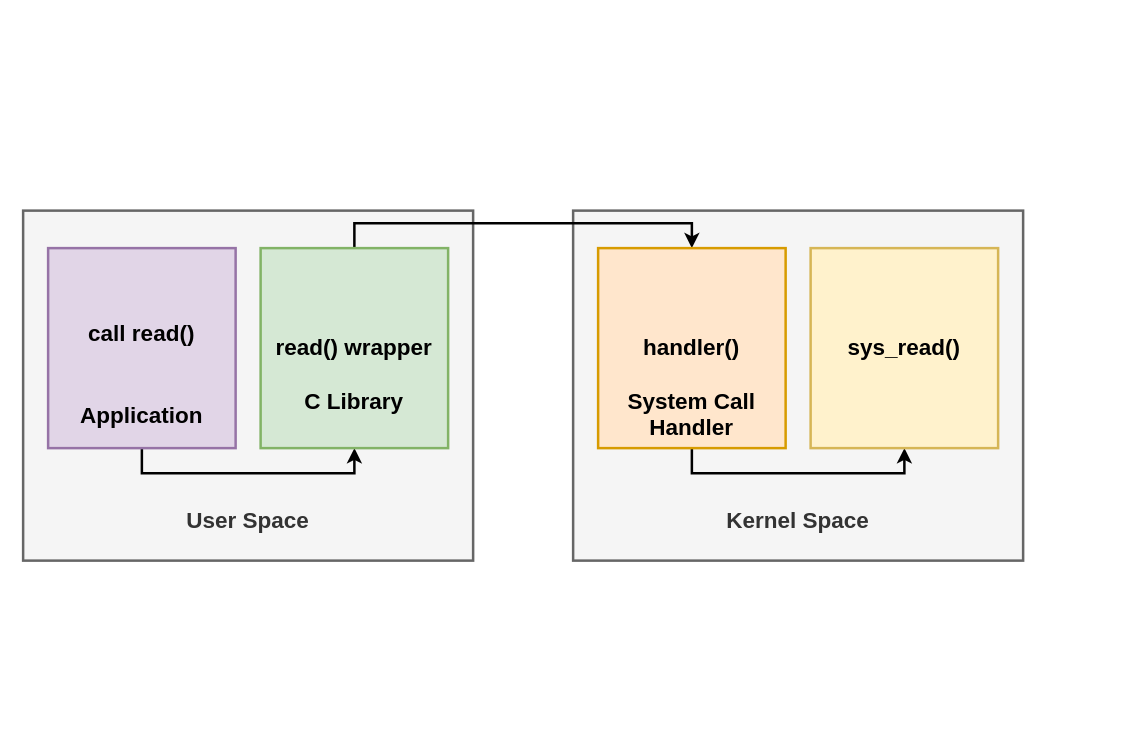
Earlier version of the draw.io diagram static/img/slides03-system-call-trap.drawio (nd-cse-30341-fa26/nd-cse-30341-fa26.github.io). Source tidied: cells renumbered, new cells numbered last; positions are measured from the earlier drawing's top-left corner, leaving out a move shared by most shapes. Both pictures are drawn from the tidied source at 125%, with x=0, y=0 at pixel (22, 210).
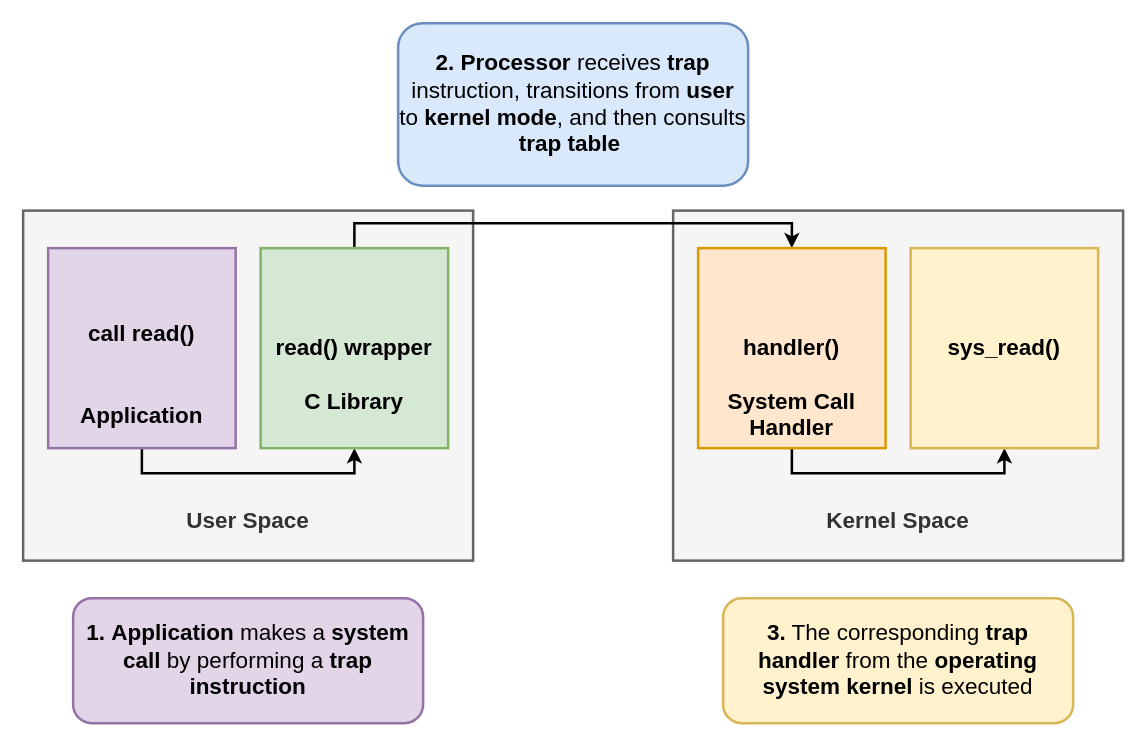
Above is the later version.

Commit message (it also covers changes not shown here):
Slides 03: update diagram

Diff of the diagram source:
```diff
@@
 <mxGraphModel>
   <root>
     <mxCell id="0" />
     <mxCell id="1" parent="0" />
     <mxCell id="2" value="&lt;div&gt;&lt;br&gt;&lt;/div&gt;&lt;div&gt;&lt;br&gt;&lt;/div&gt;&lt;div&gt;&lt;br&gt;&lt;/div&gt;&lt;div&gt;&lt;br&gt;&lt;/div&gt;&lt;div&gt;&lt;br&gt;&lt;/div&gt;&lt;div&gt;&lt;br&gt;&lt;/div&gt;&lt;div&gt;&lt;br&gt;&lt;/div&gt;&lt;div&gt;&lt;br&gt;&lt;/div&gt;&lt;div&gt;&lt;br&gt;&lt;/div&gt;&lt;div&gt;&lt;br&gt;&lt;/div&gt;&lt;div&gt;&lt;br&gt;&lt;/div&gt;&lt;div&gt;&lt;br&gt;&lt;/div&gt;&lt;div&gt;&lt;br&gt;&lt;/div&gt;&lt;div&gt;&lt;br&gt;&lt;/div&gt;&lt;div&gt;&lt;br&gt;&lt;/div&gt;&lt;font face=&quot;JetBrains Mono&quot; style=&quot;font-size: 18px;&quot;&gt;&lt;b&gt;User Space&lt;/b&gt;&lt;/font&gt;" style="whiteSpace=wrap;html=1;fillColor=#f5f5f5;strokeColor=#666666;strokeWidth=2;fontColor=#333333;" parent="1" vertex="1">
       <mxGeometry width="360" height="280" as="geometry" />
     </mxCell>
     <mxCell id="3" value="&lt;div&gt;&lt;br&gt;&lt;/div&gt;&lt;div&gt;&lt;br&gt;&lt;/div&gt;&lt;div&gt;&lt;br&gt;&lt;/div&gt;&lt;div&gt;&lt;br&gt;&lt;/div&gt;&lt;div&gt;&lt;br&gt;&lt;/div&gt;&lt;div&gt;&lt;br&gt;&lt;/div&gt;&lt;div&gt;&lt;br&gt;&lt;/div&gt;&lt;div&gt;&lt;br&gt;&lt;/div&gt;&lt;div&gt;&lt;br&gt;&lt;/div&gt;&lt;div&gt;&lt;br&gt;&lt;/div&gt;&lt;div&gt;&lt;br&gt;&lt;/div&gt;&lt;div&gt;&lt;br&gt;&lt;/div&gt;&lt;div&gt;&lt;br&gt;&lt;/div&gt;&lt;div&gt;&lt;br&gt;&lt;/div&gt;&lt;div&gt;&lt;br&gt;&lt;/div&gt;&lt;font face=&quot;JetBrains Mono&quot; style=&quot;font-size: 18px;&quot;&gt;&lt;b&gt;Kernel Space&lt;/b&gt;&lt;/font&gt;" style="whiteSpace=wrap;html=1;fillColor=#f5f5f5;strokeColor=#666666;strokeWidth=2;fontColor=#333333;" parent="1" vertex="1">
-      <mxGeometry x="440" width="360" height="280" as="geometry" />
+      <mxGeometry x="520" width="360" height="280" as="geometry" />
     </mxCell>
     <mxCell id="4" style="edgeStyle=orthogonalEdgeStyle;rounded=0;jettySize=auto;html=1;exitX=0.5;exitY=1;exitDx=0;exitDy=0;entryX=0.5;entryY=1;entryDx=0;entryDy=0;strokeWidth=2;" parent="1" edge="1" source="5" target="7">
       <mxGeometry relative="1" as="geometry" />
     </mxCell>
     <mxCell id="5" value="&lt;div&gt;&lt;font face=&quot;JetBrains Mono&quot; style=&quot;font-size: 18px;&quot;&gt;&lt;b&gt;&lt;br&gt;&lt;/b&gt;&lt;/font&gt;&lt;/div&gt;&lt;font face=&quot;JetBrains Mono&quot; style=&quot;font-size: 18px;&quot;&gt;&lt;b&gt;&lt;div&gt;&lt;font face=&quot;JetBrains Mono&quot; style=&quot;font-size: 18px;&quot;&gt;&lt;br&gt;&lt;/font&gt;&lt;/div&gt;&lt;div&gt;call read()&lt;br&gt;&lt;br&gt;&lt;/div&gt;&lt;div&gt;&lt;font face=&quot;JetBrains Mono&quot; style=&quot;font-size: 18px;&quot;&gt;&lt;br&gt;&lt;/font&gt;&lt;/div&gt;Application&lt;/b&gt;&lt;/font&gt;" style="rounded=0;whiteSpace=wrap;html=1;fillColor=#e1d5e7;strokeColor=#9673a6;strokeWidth=2;" parent="1" vertex="1">
       <mxGeometry x="20" y="30" width="150" height="160" as="geometry" />
     </mxCell>
     <mxCell id="6" style="edgeStyle=orthogonalEdgeStyle;rounded=0;jettySize=auto;html=1;exitX=0.5;exitY=0;exitDx=0;exitDy=0;entryX=0.5;entryY=0;entryDx=0;entryDy=0;strokeWidth=2;" parent="1" edge="1" source="7" target="9">
       <mxGeometry relative="1" as="geometry" />
     </mxCell>
     <mxCell id="7" value="&lt;div&gt;&lt;font style=&quot;font-size: 18px;&quot; face=&quot;JetBrains Mono&quot;&gt;&lt;b style=&quot;&quot;&gt;&lt;br&gt;&lt;/b&gt;&lt;/font&gt;&lt;/div&gt;&lt;font style=&quot;font-size: 18px;&quot; face=&quot;JetBrains Mono&quot;&gt;&lt;b&gt;&lt;div&gt;&lt;font style=&quot;&quot;&gt;&lt;b&gt;&lt;br&gt;&lt;/b&gt;&lt;/font&gt;&lt;/div&gt;read() wrapper&lt;/b&gt;&lt;/font&gt;&lt;div&gt;&lt;font face=&quot;JetBrains Mono&quot; style=&quot;font-size: 18px;&quot;&gt;&lt;br&gt;&lt;/font&gt;&lt;/div&gt;&lt;div&gt;&lt;font style=&quot;font-size: 18px;&quot; face=&quot;JetBrains Mono&quot;&gt;&lt;b style=&quot;&quot;&gt;C Library&lt;/b&gt;&lt;/font&gt;&lt;/div&gt;" style="rounded=0;whiteSpace=wrap;html=1;fillColor=#d5e8d4;strokeColor=#82b366;strokeWidth=2;" parent="1" vertex="1">
       <mxGeometry x="190" y="30" width="150" height="160" as="geometry" />
     </mxCell>
     <mxCell id="8" style="edgeStyle=orthogonalEdgeStyle;rounded=0;jettySize=auto;html=1;exitX=0.5;exitY=1;exitDx=0;exitDy=0;entryX=0.5;entryY=1;entryDx=0;entryDy=0;strokeWidth=2;" parent="1" edge="1" source="9" target="10">
       <mxGeometry relative="1" as="geometry" />
     </mxCell>
     <mxCell id="9" value="&lt;div&gt;&lt;font face=&quot;JetBrains Mono&quot; style=&quot;font-size: 18px;&quot;&gt;&lt;b&gt;&lt;br&gt;&lt;/b&gt;&lt;/font&gt;&lt;/div&gt;&lt;font face=&quot;JetBrains Mono&quot; style=&quot;font-size: 18px;&quot;&gt;&lt;b&gt;&lt;div&gt;&lt;font face=&quot;JetBrains Mono&quot; style=&quot;font-size: 18px;&quot;&gt;&lt;br&gt;&lt;/font&gt;&lt;/div&gt;&lt;div&gt;&lt;font face=&quot;JetBrains Mono&quot; style=&quot;font-size: 18px;&quot;&gt;&lt;br&gt;&lt;/font&gt;&lt;/div&gt;&lt;div&gt;handler()&lt;br&gt;&lt;/div&gt;&lt;div&gt;&lt;br&gt;&lt;/div&gt;System Call Handler&lt;/b&gt;&lt;/font&gt;" style="rounded=0;whiteSpace=wrap;html=1;fillColor=#ffe6cc;strokeColor=#d79b00;strokeWidth=2;" parent="1" vertex="1">
-      <mxGeometry x="460" y="30" width="150" height="160" as="geometry" />
+      <mxGeometry x="540" y="30" width="150" height="160" as="geometry" />
     </mxCell>
     <mxCell id="10" value="&lt;div&gt;&lt;span style=&quot;background-color: transparent; color: light-dark(rgb(0, 0, 0), rgb(255, 255, 255)); font-family: &amp;quot;JetBrains Mono&amp;quot;; font-size: 18px; font-weight: bold;&quot;&gt;&lt;br&gt;&lt;/span&gt;&lt;/div&gt;&lt;div&gt;&lt;span style=&quot;background-color: transparent; color: light-dark(rgb(0, 0, 0), rgb(255, 255, 255)); font-family: &amp;quot;JetBrains Mono&amp;quot;; font-size: 18px; font-weight: bold;&quot;&gt;&lt;br&gt;&lt;/span&gt;&lt;/div&gt;&lt;div&gt;&lt;span style=&quot;background-color: transparent; color: light-dark(rgb(0, 0, 0), rgb(255, 255, 255)); font-family: &amp;quot;JetBrains Mono&amp;quot;; font-size: 18px; font-weight: bold;&quot;&gt;sys_read()&lt;/span&gt;&lt;/div&gt;&lt;font face=&quot;JetBrains Mono&quot; style=&quot;font-size: 18px;&quot;&gt;&lt;b&gt;&lt;div&gt;&lt;br&gt;&lt;/div&gt;&lt;br&gt;&lt;/b&gt;&lt;/font&gt;" style="rounded=0;whiteSpace=wrap;html=1;fillColor=#fff2cc;strokeColor=#d6b656;strokeWidth=2;" parent="1" vertex="1">
-      <mxGeometry x="630" y="30" width="150" height="160" as="geometry" />
+      <mxGeometry x="710" y="30" width="150" height="160" as="geometry" />
     </mxCell>
+    <mxCell id="11" value="&lt;font face=&quot;JetBrains Mono&quot; style=&quot;font-size: 18px;&quot;&gt;&lt;b&gt;1.&lt;/b&gt; &lt;b&gt;Application&lt;/b&gt; makes a &lt;b&gt;system call&lt;/b&gt; by performing a &lt;b&gt;trap instruction&lt;/b&gt;&lt;/font&gt;" style="rounded=1;whiteSpace=wrap;html=1;strokeWidth=2;fillColor=#e1d5e7;strokeColor=#9673a6;" parent="1" vertex="1">
+      <mxGeometry x="40" y="310" width="280" height="100" as="geometry" />
+    </mxCell>
+    <mxCell id="12" value="&lt;font face=&quot;JetBrains Mono&quot;&gt;&lt;span style=&quot;font-size: 18px;&quot;&gt;&lt;b&gt;2.&lt;/b&gt; &lt;b&gt;Processor&lt;/b&gt; receives &lt;b&gt;trap&lt;/b&gt; instruction, transitions from &lt;b&gt;user&lt;/b&gt; to &lt;b&gt;kernel&lt;/b&gt; &lt;b&gt;mode&lt;/b&gt;, and then consults &lt;b&gt;trap table&lt;/b&gt;&amp;nbsp;&lt;/span&gt;&lt;/font&gt;" style="rounded=1;whiteSpace=wrap;html=1;strokeWidth=2;fillColor=#dae8fc;strokeColor=#6c8ebf;" parent="1" vertex="1">
+      <mxGeometry x="300" y="-150" width="280" height="130" as="geometry" />
+    </mxCell>
+    <mxCell id="13" value="&lt;font face=&quot;JetBrains Mono&quot; style=&quot;font-size: 18px;&quot;&gt;&lt;b&gt;3.&lt;/b&gt; The corresponding &lt;b&gt;trap handler &lt;/b&gt;from the &lt;b&gt;operating system kernel&lt;/b&gt; is executed&lt;/font&gt;" style="rounded=1;whiteSpace=wrap;html=1;strokeWidth=2;fillColor=#fff2cc;strokeColor=#d6b656;" parent="1" vertex="1">
+      <mxGeometry x="560" y="310" width="280" height="100" as="geometry" />
+    </mxCell>
   </root>
 </mxGraphModel>
```
